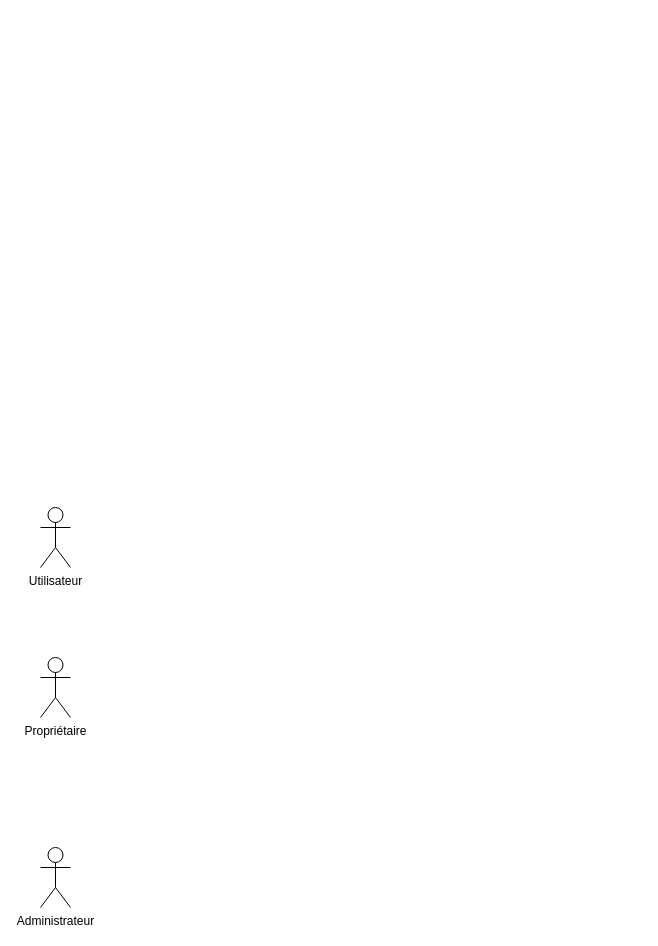
Earlier version of the draw.io diagram diagrams/UML.drawio (HipppB/safeHub). Source tidied: cells renumbered, new cells numbered last; positions are measured from the earlier drawing's top-left corner, leaving out a move shared by most shapes. Both pictures are drawn from the tidied source at 100%, with x=0, y=0 at pixel (40, 507).
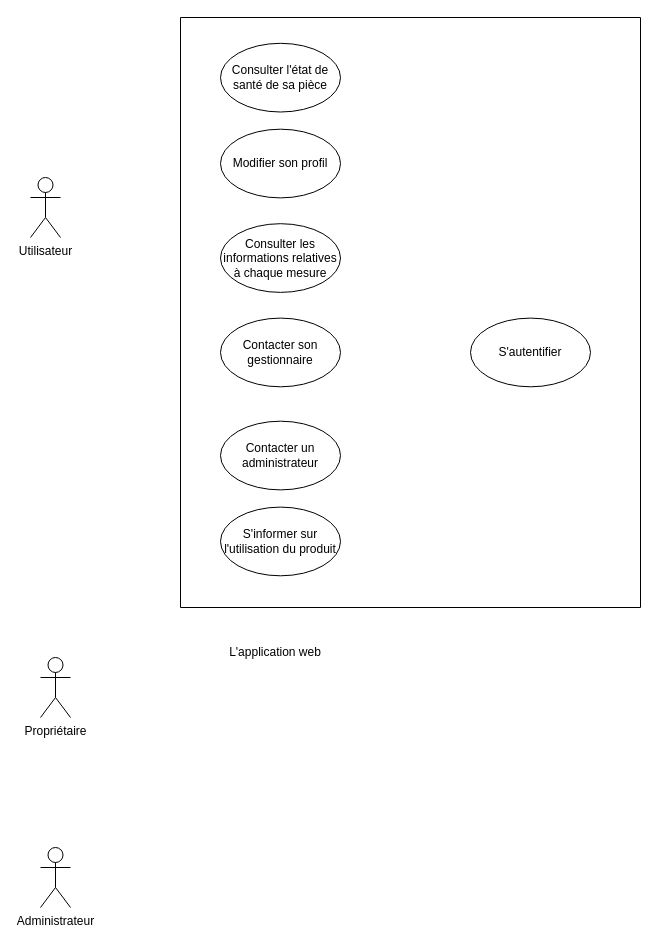
After the change.

What changed in the source:
```diff
@@
 <mxGraphModel>
   <root>
     <mxCell id="0" />
     <mxCell id="1" parent="0" />
     <mxCell id="2" value="Utilisateur" style="shape=umlActor;verticalLabelPosition=bottom;verticalAlign=top;html=1;" parent="1" vertex="1">
-      <mxGeometry width="30" height="60" as="geometry" />
+      <mxGeometry x="-10" y="-330" width="30" height="60" as="geometry" />
     </mxCell>
     <mxCell id="3" value="Propriétaire" style="shape=umlActor;verticalLabelPosition=bottom;verticalAlign=top;html=1;" parent="1" vertex="1">
       <mxGeometry y="150" width="30" height="60" as="geometry" />
     </mxCell>
     <mxCell id="4" value="Administrateur" style="shape=umlActor;verticalLabelPosition=bottom;verticalAlign=top;html=1;" parent="1" vertex="1">
       <mxGeometry y="340" width="30" height="60" as="geometry" />
     </mxCell>
+    <mxCell id="5" style="group;" parent="1" vertex="1">
+      <mxGeometry x="140" y="-490" width="460" height="670" as="geometry" />
+    </mxCell>
+    <mxCell id="6" style="swimlane;startSize=0;" parent="5" vertex="1">
+      <mxGeometry width="460" height="590" as="geometry" />
+    </mxCell>
+    <mxCell id="7" value="Consulter l'état de santé de sa pièce" style="ellipse;whiteSpace=wrap;html=1;" parent="6" vertex="1">
+      <mxGeometry x="40" y="25.8" width="120" height="68.7" as="geometry" />
+    </mxCell>
+    <mxCell id="8" value="Modifier son profil" style="ellipse;whiteSpace=wrap;html=1;" parent="6" vertex="1">
+      <mxGeometry x="40" y="111.7" width="120" height="68.7" as="geometry" />
+    </mxCell>
+    <mxCell id="9" value="Consulter les informations relatives à chaque mesure" style="ellipse;whiteSpace=wrap;html=1;" parent="6" vertex="1">
+      <mxGeometry x="40" y="206.2" width="120" height="68.7" as="geometry" />
+    </mxCell>
+    <mxCell id="10" value="Contacter son gestionnaire" style="ellipse;whiteSpace=wrap;html=1;" parent="6" vertex="1">
+      <mxGeometry x="40" y="300.6" width="120" height="68.7" as="geometry" />
+    </mxCell>
+    <mxCell id="11" value="Contacter un administrateur" style="ellipse;whiteSpace=wrap;html=1;" parent="6" vertex="1">
+      <mxGeometry x="40" y="403.7" width="120" height="68.7" as="geometry" />
+    </mxCell>
+    <mxCell id="12" value="S'autentifier" style="ellipse;whiteSpace=wrap;html=1;" parent="6" vertex="1">
+      <mxGeometry x="290" y="300.6" width="120" height="68.7" as="geometry" />
+    </mxCell>
+    <mxCell id="13" value="S'informer sur l'utilisation du produit" style="ellipse;whiteSpace=wrap;html=1;" parent="6" vertex="1">
+      <mxGeometry x="40" y="489.6" width="120" height="68.7" as="geometry" />
+    </mxCell>
+    <mxCell id="14" value="L'application web" style="text;html=1;strokeColor=none;fillColor=none;align=center;verticalAlign=middle;whiteSpace=wrap;rounded=0;" parent="5" vertex="1">
+      <mxGeometry x="40" y="620" width="110" height="30" as="geometry" />
+    </mxCell>
   </root>
 </mxGraphModel>
```
